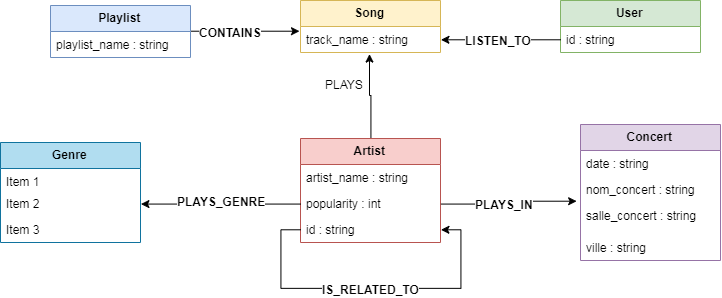
Before: images/NeoModel.png, a diagram exported from draw.io (neo4spotify/project). Source tidied: cells renumbered, new cells last; positions are measured from the earlier drawing's top-left corner, leaving out a move shared by most shapes.
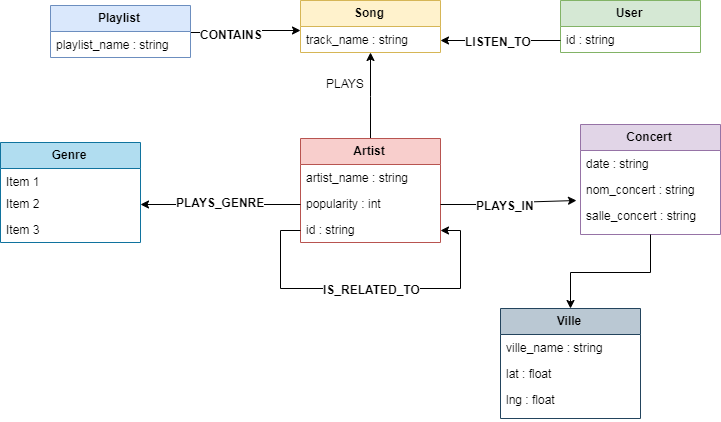
After the commit.

What changed in the source:
```diff
@@ -67,7 +67,7 @@
       </mxGeometry>
     </mxCell>
     <mxCell id="18" value="Concert" style="swimlane;fontStyle=1;horizontal=1;startSize=26;fillColor=#e1d5e7;strokeColor=#9673a6;" parent="1" vertex="1">
-      <mxGeometry x="580" y="124" width="140" height="136" as="geometry" />
+      <mxGeometry x="580" y="124" width="140" height="110" as="geometry" />
     </mxCell>
     <mxCell id="19" value="date : string" style="text;strokeColor=none;fillColor=none;align=left;verticalAlign=top;spacingLeft=4;spacingRight=4;overflow=hidden;" parent="18" vertex="1">
       <mxGeometry y="26" width="140" height="26" as="geometry" />
@@ -78,9 +78,6 @@
     <mxCell id="21" value="salle_concert : string" style="text;strokeColor=none;fillColor=none;align=left;verticalAlign=top;spacingLeft=4;spacingRight=4;overflow=hidden;points=[[0,0.5],[1,0.5]];portConstraint=eastwest;" parent="18" vertex="1">
       <mxGeometry y="78" width="140" height="32" as="geometry" />
     </mxCell>
-    <mxCell id="22" value="ville : string" style="text;strokeColor=none;fillColor=none;align=left;verticalAlign=top;spacingLeft=4;spacingRight=4;overflow=hidden;" parent="18" vertex="1">
-      <mxGeometry y="110" width="140" height="26" as="geometry" />
-    </mxCell>
     <mxCell id="23" style="edgeStyle=orthogonalEdgeStyle;rounded=0;jettySize=auto;html=1;exitX=0;exitY=0.5;exitDx=0;exitDy=0;entryX=1;entryY=0.5;entryDx=0;entryDy=0;" parent="1" edge="1" source="3" target="5">
       <mxGeometry relative="1" as="geometry" />
     </mxCell>
@@ -122,5 +119,25 @@
         <mxPoint x="-57" y="-3" as="offset" />
       </mxGeometry>
     </mxCell>
+    <mxCell id="33" value="Ville" style="swimlane;fontStyle=1;horizontal=1;startSize=26;fillColor=#bac8d3;strokeColor=#23445d;" parent="1" vertex="1">
+      <mxGeometry x="500" y="308" width="140" height="110" as="geometry" />
+    </mxCell>
+    <mxCell id="34" value="ville_name : string" style="text;strokeColor=none;fillColor=none;align=left;verticalAlign=top;spacingLeft=4;spacingRight=4;overflow=hidden;" parent="33" vertex="1">
+      <mxGeometry y="26" width="140" height="26" as="geometry" />
+    </mxCell>
+    <mxCell id="35" value="lat : float" style="text;strokeColor=none;fillColor=none;align=left;verticalAlign=top;spacingLeft=4;spacingRight=4;overflow=hidden;" parent="33" vertex="1">
+      <mxGeometry y="52" width="140" height="26" as="geometry" />
+    </mxCell>
+    <mxCell id="36" value="lng : float" style="text;strokeColor=none;fillColor=none;align=left;verticalAlign=top;spacingLeft=4;spacingRight=4;overflow=hidden;" parent="33" vertex="1">
+      <mxGeometry y="78" width="140" height="32" as="geometry" />
+    </mxCell>
+    <mxCell id="37" style="edgeStyle=orthogonalEdgeStyle;rounded=0;jettySize=auto;html=1;exitX=0.5;exitY=1;exitDx=0;exitDy=0;" parent="1" edge="1" source="18" target="33">
+      <mxGeometry relative="1" as="geometry">
+        <Array as="points">
+          <mxPoint x="650" y="271" />
+          <mxPoint x="570" y="271" />
+        </Array>
+      </mxGeometry>
+    </mxCell>
   </root>
 </mxGraphModel>
```
